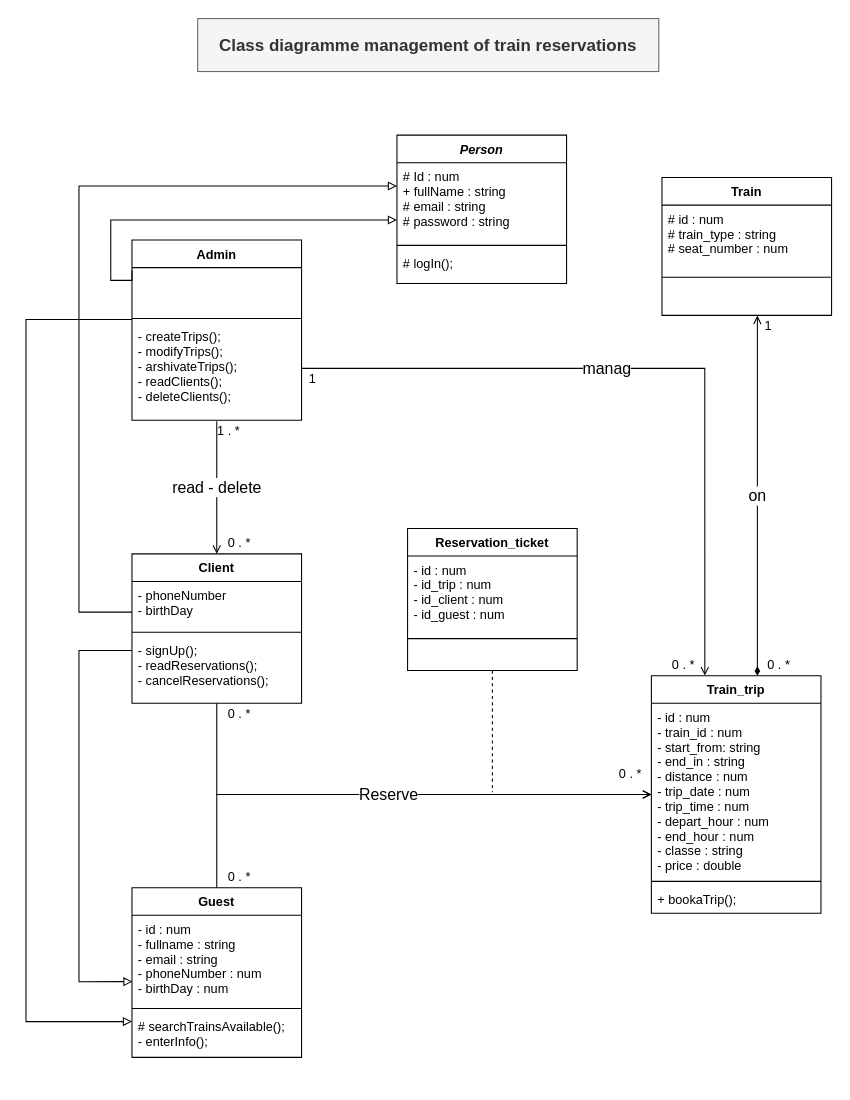
daalimouhcine/save_train keeps this draw.io diagram as UML/diagram-class.drawio. Above is the earlier version. Source tidied: cells renumbered, new cells numbered last; positions are measured from the earlier drawing's top-left corner, leaving out a move shared by most shapes. Both pictures are drawn from the tidied source at 106%, with x=0, y=0 at pixel (25, 18).
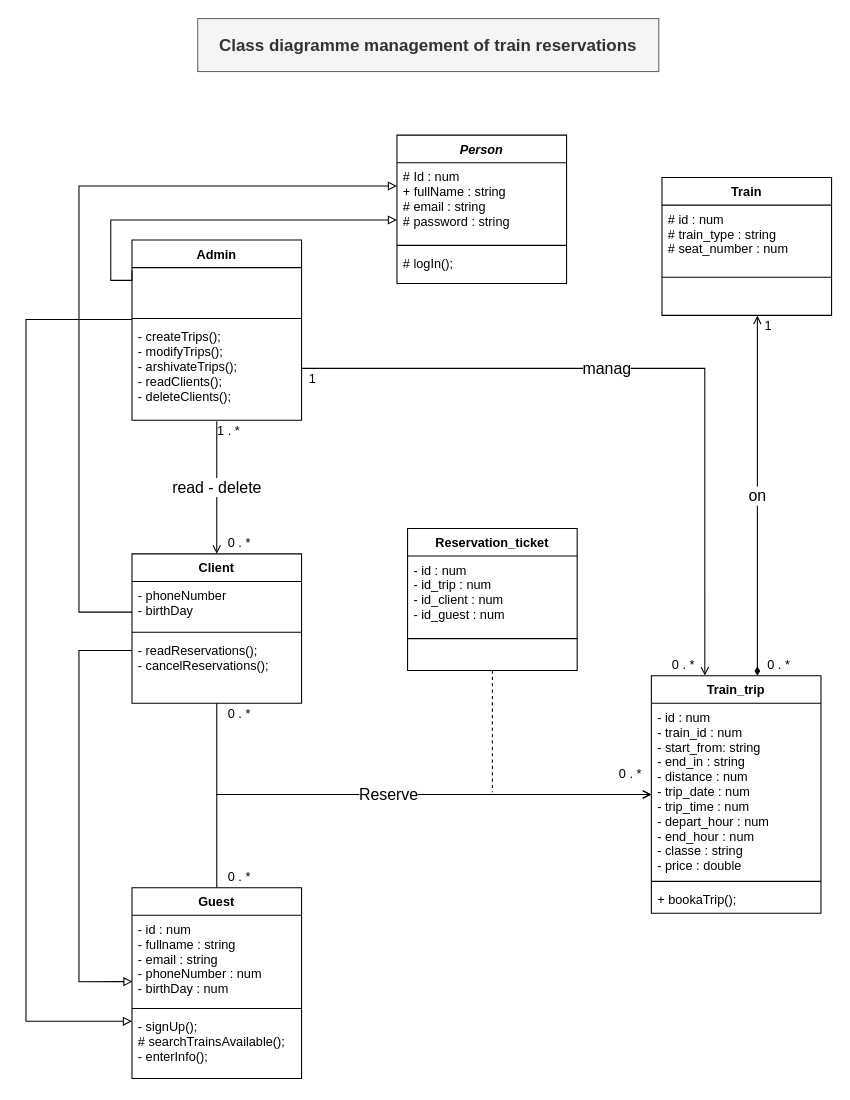
After the change.

The change refers to these unchanged cells:
```xml
<mxCell id="7" value="Client" style="swimlane;fontStyle=1;align=center;verticalAlign=top;horizontal=1;startSize=26;rounded=0;shadow=0;strokeWidth=1;" parent="1" vertex="1">
  <mxGeometry x="100" y="505" width="160" height="141" as="geometry" />
</mxCell>
```

Change to the diagram source:
```diff
@@
-    <mxCell id="10" value="- signUp();&#10;- readReservations();&#10;- cancelReservations();&#10;" style="text;align=left;verticalAlign=top;spacingLeft=4;spacingRight=4;overflow=hidden;points=[[0,0.5],[1,0.5]];portConstraint=eastwest;" parent="7" vertex="1">
+    <mxCell id="10" value="- readReservations();&#10;- cancelReservations();&#10;" style="text;align=left;verticalAlign=top;spacingLeft=4;spacingRight=4;overflow=hidden;points=[[0,0.5],[1,0.5]];portConstraint=eastwest;" parent="7" vertex="1">
       <mxGeometry y="78" width="160" height="62" as="geometry" />
     </mxCell>
@@
-    <mxCell id="16" style="edgeStyle=orthogonalEdgeStyle;rounded=0;jettySize=auto;html=1;endArrow=block;endFill=0;entryX=0;entryY=0.207;entryDx=0;entryDy=0;entryPerimeter=0;" parent="1" edge="1" target="26">
+    <mxCell id="16" style="edgeStyle=orthogonalEdgeStyle;rounded=0;orthogonalLoop=1;jettySize=auto;html=1;endArrow=block;endFill=0;" parent="1" edge="1">
       <mxGeometry relative="1" as="geometry">
         <mxPoint x="100" y="284" as="sourcePoint" />
+        <mxPoint x="100" y="946" as="targetPoint" />
         <Array as="points">
           <mxPoint y="284" />
           <mxPoint y="946" />
         </Array>
       </mxGeometry>
     </mxCell>
@@
     <mxCell id="23" value="Guest" style="swimlane;fontStyle=1;align=center;verticalAlign=top;horizontal=1;startSize=26;rounded=0;shadow=0;strokeWidth=1;" parent="1" vertex="1">
-      <mxGeometry x="100" y="820" width="160" height="160" as="geometry" />
+      <mxGeometry x="100" y="820" width="160" height="180" as="geometry" />
     </mxCell>
@@
-    <mxCell id="26" value="# searchTrainsAvailable();&#10;- enterInfo();" style="text;align=left;verticalAlign=top;spacingLeft=4;spacingRight=4;overflow=hidden;points=[[0,0.5],[1,0.5]];portConstraint=eastwest;" parent="23" vertex="1">
-      <mxGeometry y="118" width="160" height="40" as="geometry" />
+    <mxCell id="26" value="- signUp();&#10;# searchTrainsAvailable();&#10;- enterInfo();" style="text;align=left;verticalAlign=top;spacingLeft=4;spacingRight=4;overflow=hidden;points=[[0,0.5],[1,0.5]];portConstraint=eastwest;" parent="23" vertex="1">
+      <mxGeometry y="118" width="160" height="62" as="geometry" />
     </mxCell>
```
